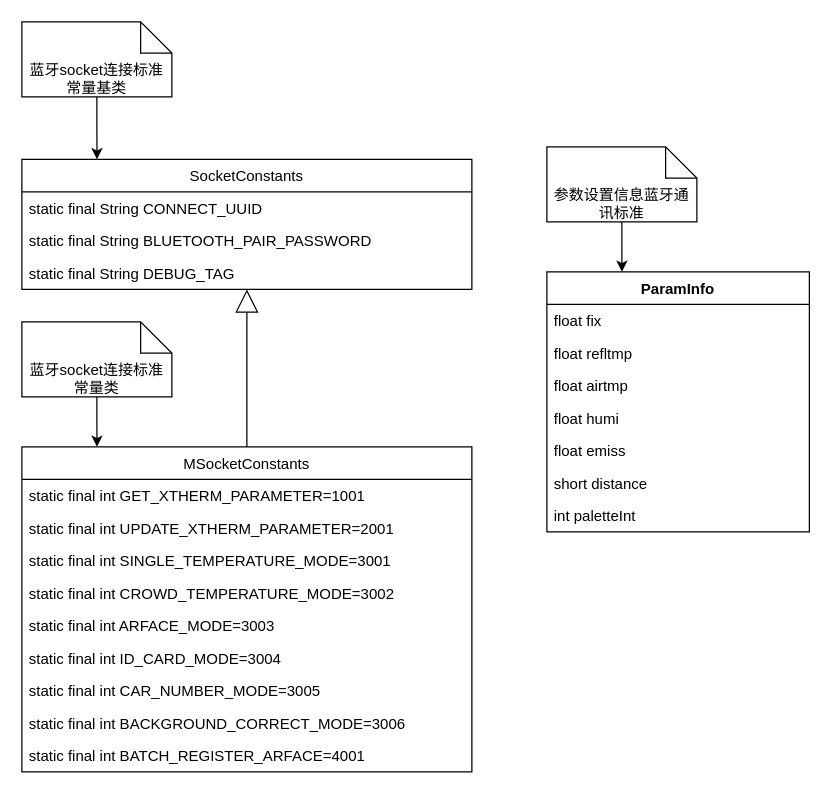
Before: 头盔软件蓝牙通讯规范.drawio in ColonelDarcy2018/excelsior, a draw.io diagram. Source tidied: cells renumbered, new cells numbered last; positions are measured from the earlier drawing's top-left corner, leaving out a move shared by most shapes. Both pictures are drawn from the tidied source at 125%, with x=0, y=0 at pixel (21, 21).
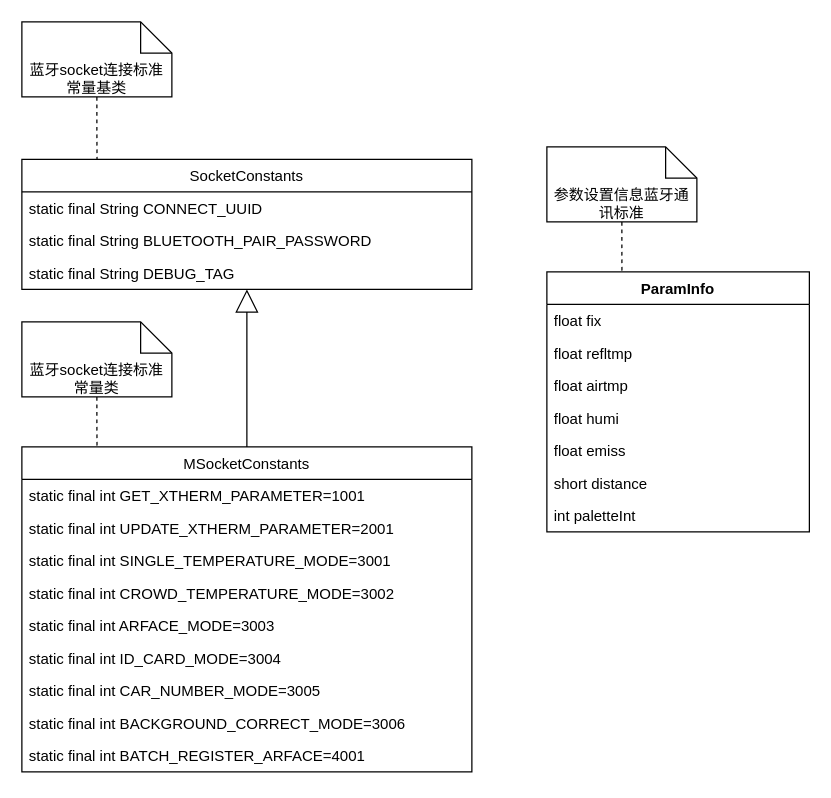
After the change.

Commit message:
Update 头盔软件蓝牙通讯规范.drawio

The change refers to these unchanged cells:
```xml
<mxCell id="2" value="MSocketConstants" style="swimlane;fontStyle=0;horizontal=1;startSize=26;fillColor=none;" parent="1" vertex="1">
  <mxGeometry y="340" width="360" height="260" as="geometry" />
</mxCell>
<mxCell id="12" value="SocketConstants" style="swimlane;fontStyle=0;horizontal=1;startSize=26;fillColor=none;" parent="1" vertex="1">
  <mxGeometry y="110" width="360" height="104" as="geometry" />
</mxCell>
<mxCell id="17" value="ParamInfo" style="swimlane;fontStyle=1;align=center;verticalAlign=top;horizontal=1;startSize=26;" parent="1" vertex="1">
  <mxGeometry x="420" y="200" width="210" height="208" as="geometry" />
</mxCell>
<mxCell id="26" value="参数设置信息蓝牙通讯标准" style="shape=note2;boundedLbl=1;whiteSpace=wrap;html=1;size=25;verticalAlign=top;align=center;" parent="1" vertex="1">
  <mxGeometry x="420" y="100" width="120" height="60" as="geometry" />
</mxCell>
<mxCell id="28" value="蓝牙socket连接标准常量基类" style="shape=note2;boundedLbl=1;whiteSpace=wrap;html=1;size=25;verticalAlign=top;align=center;" parent="1" vertex="1">
  <mxGeometry width="120" height="60" as="geometry" />
</mxCell>
<mxCell id="30" value="蓝牙socket连接标准常量类" style="shape=note2;boundedLbl=1;whiteSpace=wrap;html=1;size=25;verticalAlign=top;align=center;" parent="1" vertex="1">
  <mxGeometry y="240" width="120" height="60" as="geometry" />
</mxCell>
```

What changed in the source:
```diff
@@
-    <mxCell id="25" style="edgeStyle=orthogonalEdgeStyle;rounded=0;jettySize=auto;html=1;entryX=0.286;entryY=0;entryDx=0;entryDy=0;entryPerimeter=0;" parent="1" edge="1" source="26" target="17">
+    <mxCell id="25" style="edgeStyle=orthogonalEdgeStyle;rounded=0;jettySize=auto;html=1;entryX=0.286;entryY=0;entryDx=0;entryDy=0;entryPerimeter=0;dashed=1;endArrow=none;endFill=0;" parent="1" edge="1" source="26" target="17">
       <mxGeometry relative="1" as="geometry" />
     </mxCell>
@@
-    <mxCell id="27" style="edgeStyle=orthogonalEdgeStyle;rounded=0;jettySize=auto;html=1;entryX=0.167;entryY=0;entryDx=0;entryDy=0;entryPerimeter=0;" parent="1" edge="1" source="28" target="12">
+    <mxCell id="27" style="edgeStyle=orthogonalEdgeStyle;rounded=0;jettySize=auto;html=1;entryX=0.167;entryY=0;entryDx=0;entryDy=0;entryPerimeter=0;dashed=1;endArrow=none;endFill=0;" parent="1" edge="1" source="28" target="12">
       <mxGeometry relative="1" as="geometry" />
     </mxCell>
@@
-    <mxCell id="29" style="edgeStyle=orthogonalEdgeStyle;rounded=0;jettySize=auto;html=1;entryX=0.167;entryY=0;entryDx=0;entryDy=0;entryPerimeter=0;" parent="1" edge="1" source="30" target="2">
+    <mxCell id="29" style="edgeStyle=orthogonalEdgeStyle;rounded=0;jettySize=auto;html=1;entryX=0.167;entryY=0;entryDx=0;entryDy=0;entryPerimeter=0;dashed=1;endArrow=none;endFill=0;" parent="1" edge="1" source="30" target="2">
       <mxGeometry relative="1" as="geometry" />
     </mxCell>
```
